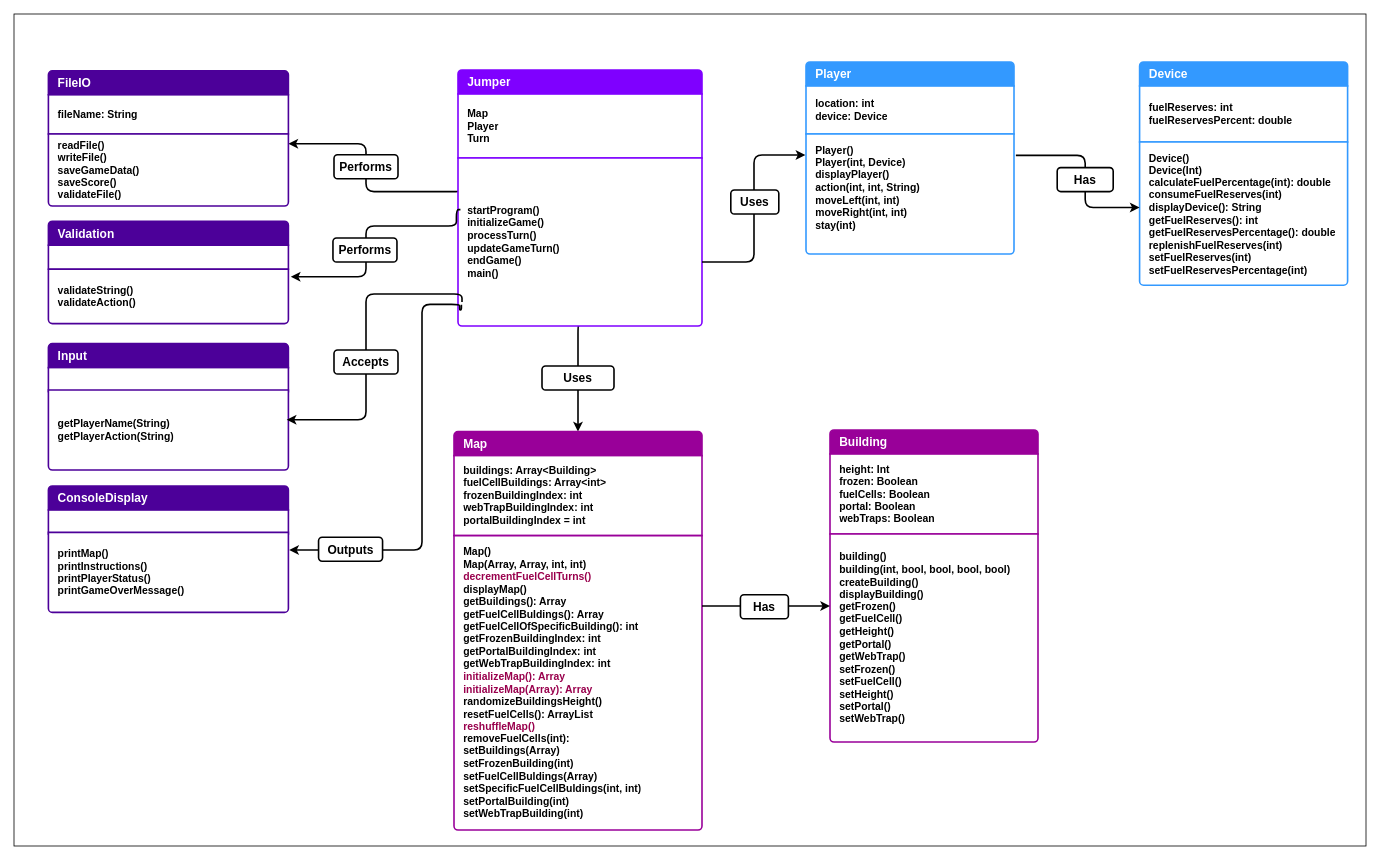
ByteToBits/CompScience keeps this draw.io diagram as Java Programming/Assignment Java Jumper/doc/ClassDiagram.drawio. Above is the earlier version. Source tidied: cells renumbered, new cells numbered last; positions are measured from the earlier drawing's top-left corner, leaving out a move shared by most shapes. Both pictures are drawn from the tidied source at 80%, with x=0, y=0 at pixel (14, 14).
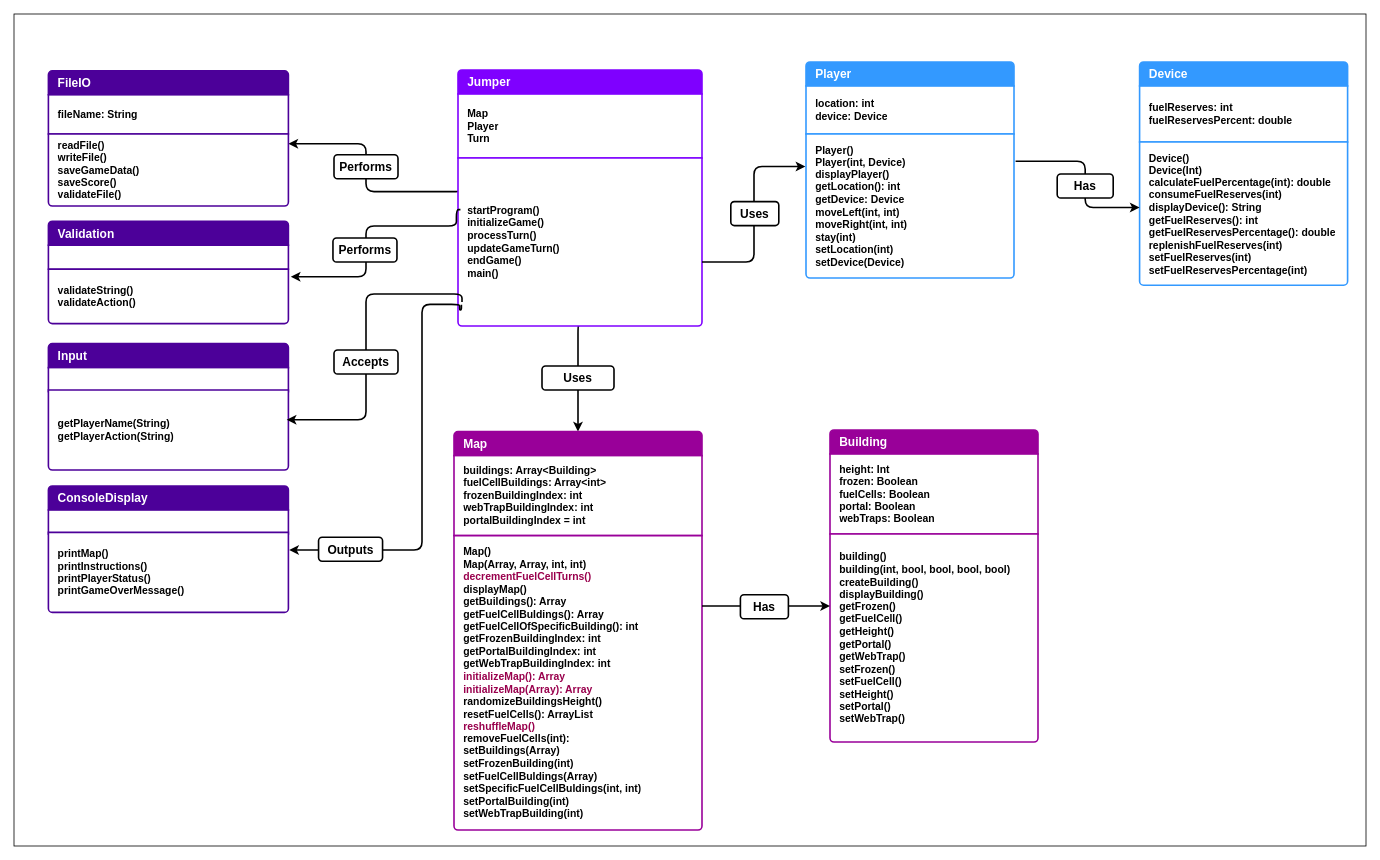
The same diagram, later.

Unchanged cells that the change refers to:
```xml
<mxCell id="7" value="startProgram()&lt;div&gt;initializeGame()&lt;/div&gt;&lt;div&gt;processTurn()&lt;/div&gt;&lt;div&gt;updateGameTurn()&lt;/div&gt;&lt;div&gt;endGame()&lt;/div&gt;&lt;div&gt;main()&lt;/div&gt;" style="text;strokeColor=#7F00FF;fillColor=#FFFFFF;align=left;verticalAlign=middle;spacingLeft=10;spacingRight=10;overflow=hidden;points=[[0,0.5],[1,0.5]];portConstraint=eastwest;whiteSpace=wrap;html=1;shape=mxgraph.bootstrap.bottomButton;rSize=5;fontColor=#000000;strokeWidth=2;labelPadding=0;labelBorderColor=none;fontSize=13;fontStyle=1;shadow=0;perimeterSpacing=0;swimlaneLine=0;" parent="1" vertex="1">
  <mxGeometry x="555" y="180" width="305" height="210" as="geometry" />
</mxCell>
```

Change to the diagram source:
```diff
@@
     <mxCell id="25" style="swimlane;fontStyle=1;horizontal=1;startSize=0;whiteSpace=wrap;html=1;strokeColor=none;fillColor=none;strokeWidth=2;labelPadding=0;labelBorderColor=none;fontSize=13;shadow=0;perimeterSpacing=0;swimlaneLine=0;" parent="1" vertex="1">
-      <mxGeometry x="990" y="60" width="260" height="240" as="geometry" />
+      <mxGeometry x="990" y="60" width="260" height="270" as="geometry" />
     </mxCell>
@@
-    <mxCell id="28" value="&lt;div&gt;Player()&lt;/div&gt;&lt;div&gt;Player(int, Device)&lt;/div&gt;&lt;div&gt;displayPlayer()&lt;/div&gt;&lt;div&gt;action(int, int, String)&lt;/div&gt;&lt;div&gt;moveLeft(int, int)&lt;/div&gt;&lt;div&gt;moveRight(int, int)&lt;/div&gt;&lt;div&gt;stay(int)&lt;/div&gt;&lt;div&gt;&lt;br&gt;&lt;/div&gt;" style="text;strokeColor=#3399ff;fillColor=#FFFFFF;align=left;verticalAlign=middle;spacingLeft=10;spacingRight=10;overflow=hidden;points=[[0,0.5],[1,0.5]];portConstraint=eastwest;whiteSpace=wrap;html=1;shape=mxgraph.bootstrap.bottomButton;rSize=5;fontColor=#000000;strokeWidth=2;labelPadding=0;labelBorderColor=none;fontSize=13;fontStyle=1;shadow=0;perimeterSpacing=0;swimlaneLine=0;" parent="25" vertex="1">
-      <mxGeometry y="90" width="260" height="150" as="geometry" />
+    <mxCell id="28" value="&lt;div&gt;Player()&lt;/div&gt;&lt;div&gt;Player(int, Device)&lt;/div&gt;&lt;div&gt;displayPlayer()&lt;/div&gt;&lt;div&gt;getLocation(): int&lt;/div&gt;&lt;div&gt;getDevice: Device&lt;/div&gt;&lt;div&gt;moveLeft(int, int)&lt;/div&gt;&lt;div&gt;moveRight(int, int)&lt;/div&gt;&lt;div&gt;stay(int)&lt;/div&gt;&lt;div&gt;setLocation(int)&lt;/div&gt;&lt;div&gt;setDevice(Device)&lt;/div&gt;" style="text;strokeColor=#3399ff;fillColor=#FFFFFF;align=left;verticalAlign=middle;spacingLeft=10;spacingRight=10;overflow=hidden;points=[[0,0.5],[1,0.5]];portConstraint=eastwest;whiteSpace=wrap;html=1;shape=mxgraph.bootstrap.bottomButton;rSize=5;fontColor=#000000;strokeWidth=2;labelPadding=0;labelBorderColor=none;fontSize=13;fontStyle=1;shadow=0;perimeterSpacing=0;swimlaneLine=0;" parent="25" vertex="1">
+      <mxGeometry y="90" width="260" height="180" as="geometry" />
     </mxCell>
@@
     <mxCell id="42" style="edgeStyle=orthogonalEdgeStyle;rounded=1;jettySize=auto;html=1;curved=0;strokeWidth=2;entryX=-0.003;entryY=0.484;entryDx=0;entryDy=0;entryPerimeter=0;" parent="1" edge="1" source="7" target="25">
       <mxGeometry relative="1" as="geometry">
         <Array as="points">
           <mxPoint x="925" y="310" />
-          <mxPoint x="925" y="176" />
+          <mxPoint x="925" y="190" />
+          <mxPoint x="989" y="190" />
         </Array>
       </mxGeometry>
     </mxCell>
     <mxCell id="43" value="Uses" style="text;strokeColor=default;fillColor=default;align=center;verticalAlign=middle;whiteSpace=wrap;rounded=1;fontSize=15;strokeWidth=2;fontStyle=1;labelBackgroundColor=default;gradientColor=none;imageHeight=22;" parent="1" vertex="1">
-      <mxGeometry x="896" y="220" width="60" height="30" as="geometry" />
+      <mxGeometry x="896" y="234.5" width="60" height="30" as="geometry" />
     </mxCell>
@@
-    <mxCell id="47" style="edgeStyle=orthogonalEdgeStyle;rounded=1;jettySize=auto;html=1;curved=0;strokeWidth=2;entryX=0.005;entryY=0.451;entryDx=0;entryDy=0;exitX=1.009;exitY=0.178;exitDx=0;exitDy=0;exitPerimeter=0;entryPerimeter=0;" parent="1" edge="1" source="28">
+    <mxCell id="47" style="edgeStyle=orthogonalEdgeStyle;rounded=1;orthogonalLoop=1;jettySize=auto;html=1;curved=0;strokeWidth=2;entryX=0.005;entryY=0.451;entryDx=0;entryDy=0;entryPerimeter=0;" parent="1" edge="1">
       <mxGeometry relative="1" as="geometry">
+        <mxPoint x="1252" y="184" as="sourcePoint" />
         <mxPoint x="1407" y="241.8" as="targetPoint" />
         <Array as="points">
-          <mxPoint x="1339" y="177" />
+          <mxPoint x="1339" y="184" />
           <mxPoint x="1339" y="242" />
         </Array>
       </mxGeometry>
     </mxCell>
     <mxCell id="48" value="Has" style="text;strokeColor=default;fillColor=default;align=center;verticalAlign=middle;whiteSpace=wrap;rounded=1;fontSize=15;strokeWidth=2;fontStyle=1;labelBackgroundColor=default;gradientColor=none;imageHeight=22;" parent="1" vertex="1">
-      <mxGeometry x="1304" y="192" width="70" height="30" as="geometry" />
+      <mxGeometry x="1304" y="200" width="70" height="30" as="geometry" />
     </mxCell>
```
